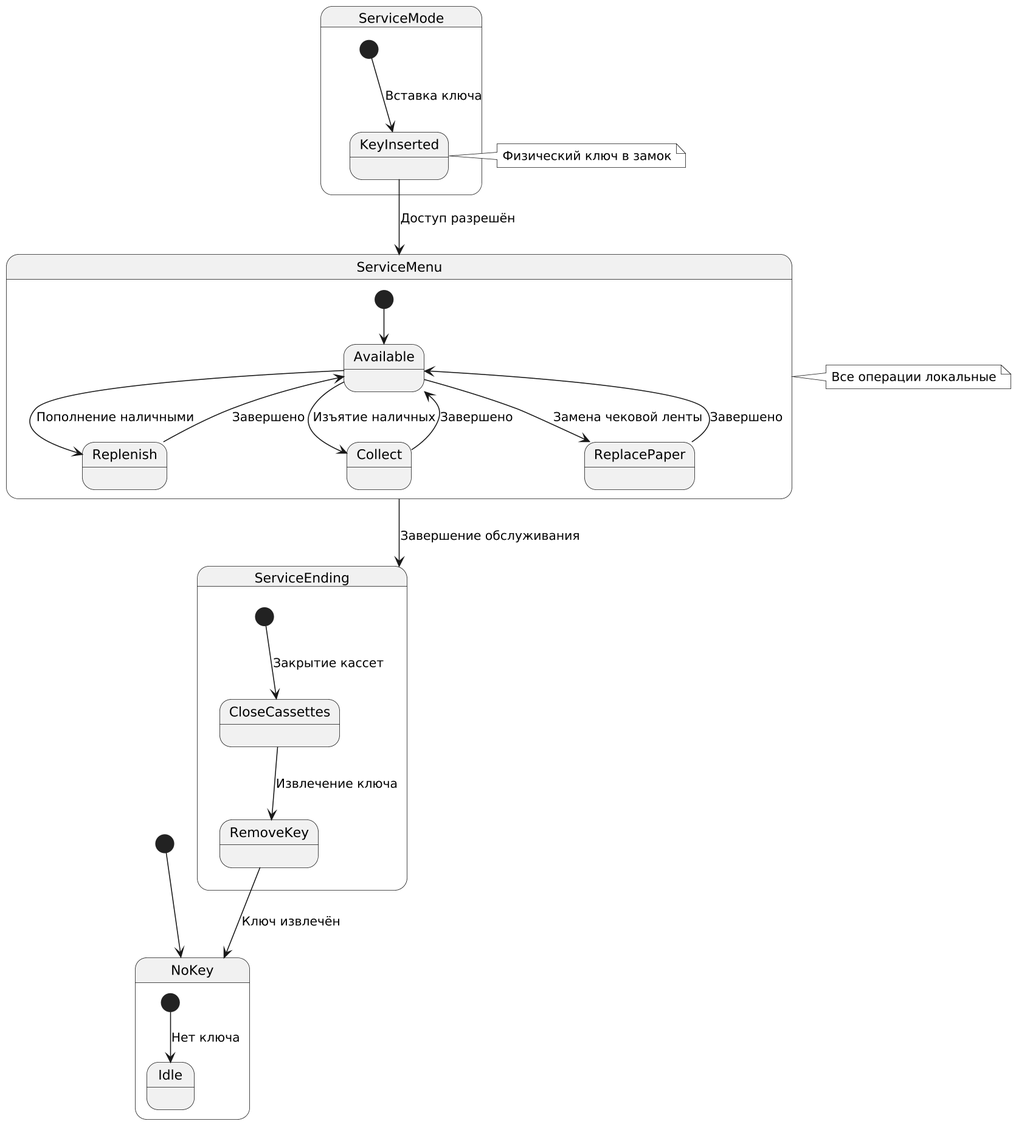
Earlier version of the PlantUML export labs/lab_1/uml/img/ATM_Service_StateMachine.png (vodo4kin/PPOIS_2sem). The source it was exported from:
```plantuml
@startuml
skinparam monochrome true
skinparam shadowing false
skinparam dpi 150

[*] --> NoKey

state NoKey {
  [*] --> Idle : Нет ключа
}

state ServiceMode {
  [*] --> KeyInserted : Вставка ключа
  KeyInserted --> ServiceMenu : Доступ разрешён
}

state ServiceMenu {
  [*] --> Available
  Available --> Replenish : Пополнение наличными
  Available --> Collect : Изъятие наличных
  Available --> ReplacePaper : Замена чековой ленты
  Replenish --> Available : Завершено
  Collect --> Available : Завершено
  ReplacePaper --> Available : Завершено
}

state ServiceEnding {
  [*] --> CloseCassettes : Закрытие кассет
  CloseCassettes --> RemoveKey : Извлечение ключа
  RemoveKey --> NoKey : Ключ извлечён
}

ServiceMenu --> ServiceEnding : Завершение обслуживания

note right of KeyInserted
  Физический ключ в замок
end note

note right of ServiceMenu
  Все операции локальные
end note
@enduml
```
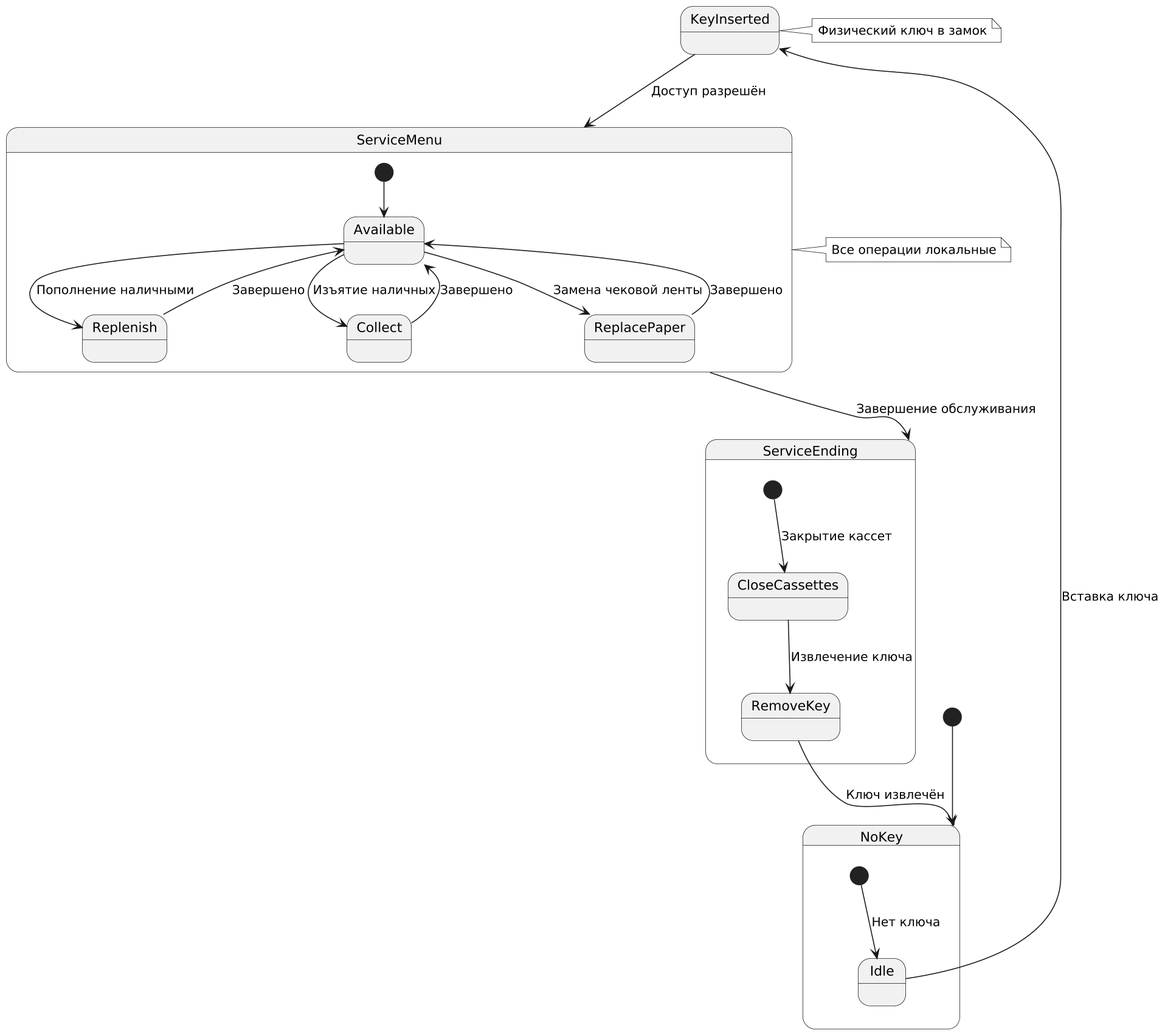
Above is the later version.

Commit message:
Fixed erros with diagrams

The edit, as a diff of the source:
```diff
@@ -7,10 +7,10 @@
 
 state NoKey {
   [*] --> Idle : Нет ключа
+  Idle --> KeyInserted : Вставка ключа
 }
 
-state ServiceMode {
-  [*] --> KeyInserted : Вставка ключа
+state KeyInserted {
   KeyInserted --> ServiceMenu : Доступ разрешён
 }
 
```
